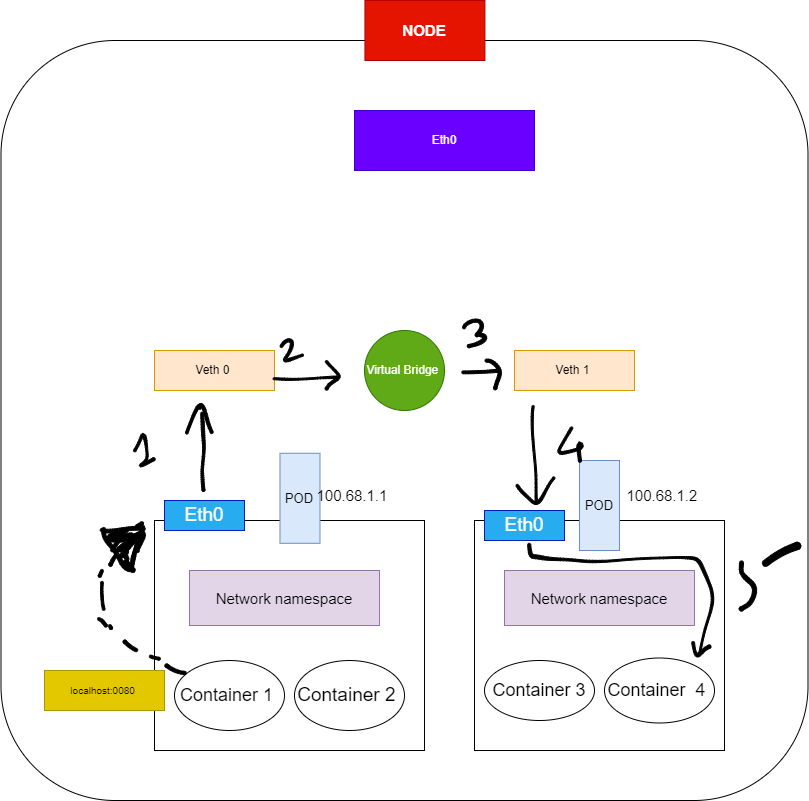
This is Page_images/Pod-2-pod -networking.drawio.png from dikshita-git/RP_Study-on-Ingress-and-its-security-IPv4-IPv6-, a draw.io export, as it was before one commit. Source tidied: cells renumbered, new cells last; positions are measured from the earlier drawing's top-left corner, leaving out a move shared by most shapes.
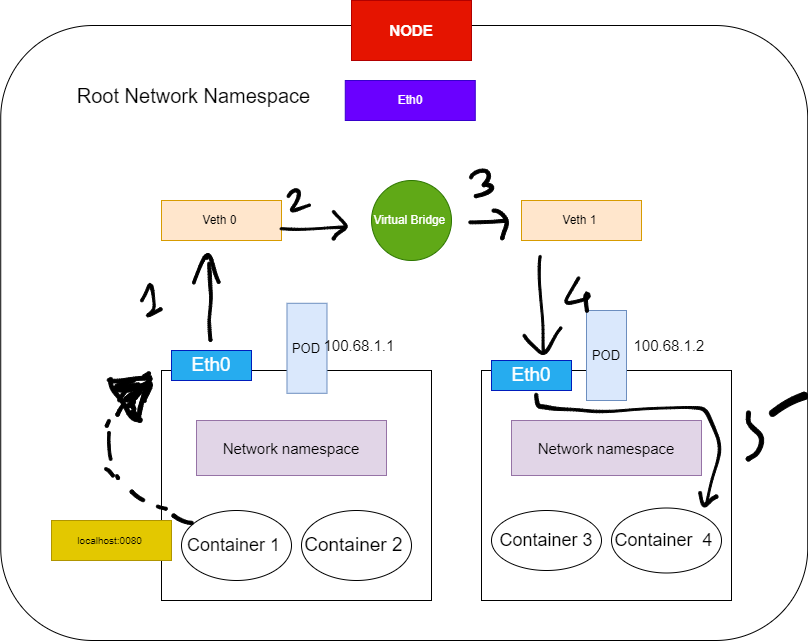
Above is the later version.

What changed in the source:
```diff
@@ -3,7 +3,7 @@
     <mxCell id="0" />
     <mxCell id="1" parent="0" />
     <mxCell id="2" style="rounded=1;whiteSpace=wrap;html=1;fontFamily=Helvetica;fontSize=15;fillColor=none;" parent="1" vertex="1">
-      <mxGeometry x="0.5" y="40" width="807" height="760" as="geometry" />
+      <mxGeometry x="-6.8" y="175" width="807" height="615" as="geometry" />
     </mxCell>
     <mxCell id="3" style="rounded=0;whiteSpace=wrap;html=1;" parent="1" vertex="1">
       <mxGeometry x="154" y="520" width="270" height="230" as="geometry" />
@@ -54,7 +54,7 @@
       <mxGeometry x="44" y="670" width="120" height="40" as="geometry" />
     </mxCell>
     <mxCell id="19" value="&lt;font size=&quot;1&quot; style=&quot;&quot;&gt;&lt;b style=&quot;font-size: 15px;&quot;&gt;NODE&lt;/b&gt;&lt;/font&gt;" style="rounded=0;whiteSpace=wrap;html=1;fontSize=10;fillColor=#e51400;fontColor=#ffffff;strokeColor=#B20000;" parent="1" vertex="1">
-      <mxGeometry x="364.4" width="120" height="60" as="geometry" />
+      <mxGeometry x="344" y="150" width="120" height="60" as="geometry" />
     </mxCell>
     <mxCell id="20" value="Veth 0&amp;nbsp;" style="rounded=0;whiteSpace=wrap;html=1;fillColor=#ffe6cc;strokeColor=#d79b00;" parent="1" vertex="1">
       <mxGeometry x="154" y="350" width="120" height="40" as="geometry" />
@@ -153,7 +153,10 @@
       <mxGeometry x="761.9" y="541.8" width="38.3" height="24.1" as="geometry" />
     </mxCell>
     <mxCell id="52" value="Eth0" style="rounded=0;whiteSpace=wrap;html=1;fillColor=#6a00ff;fontColor=#ffffff;strokeColor=#3700CC;" parent="1" vertex="1">
-      <mxGeometry x="354" y="110" width="180" height="60" as="geometry" />
+      <mxGeometry x="337.8" y="230" width="130" height="40" as="geometry" />
     </mxCell>
+    <mxCell id="53" value="Root Network Namespace" style="text;html=1;strokeColor=none;fillColor=none;align=center;verticalAlign=middle;whiteSpace=wrap;rounded=0;fontSize=20;" parent="1" vertex="1">
+      <mxGeometry x="52.8" y="230" width="266.7" height="30" as="geometry" />
+    </mxCell>
   </root>
 </mxGraphModel>
```
